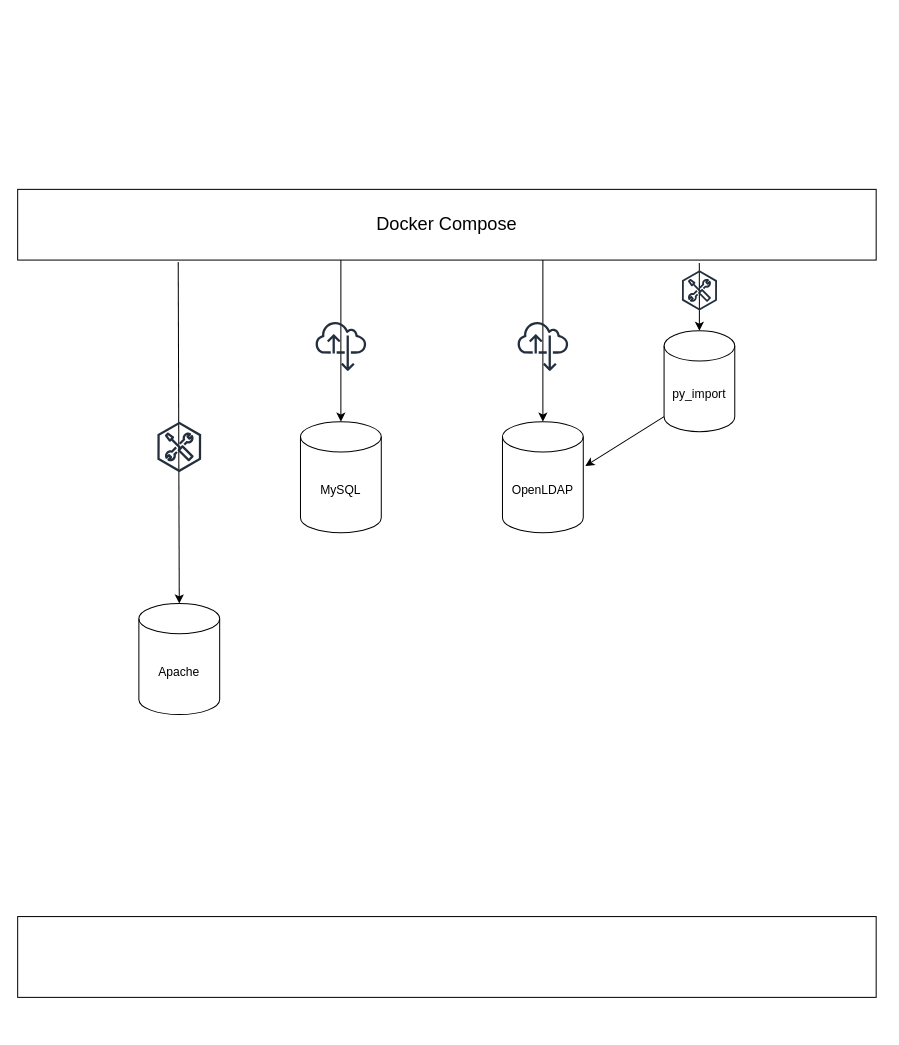
Earlier version of the draw.io diagram Flowcharts/service flowchart.drawio (mrmysko/Linux2-Grubbarbete). Source tidied: cells renumbered, new cells numbered last; positions are measured from the earlier drawing's top-left corner, leaving out a move shared by most shapes. Both pictures are drawn from the tidied source at 101%, with x=0, y=0 at pixel (17, 189).
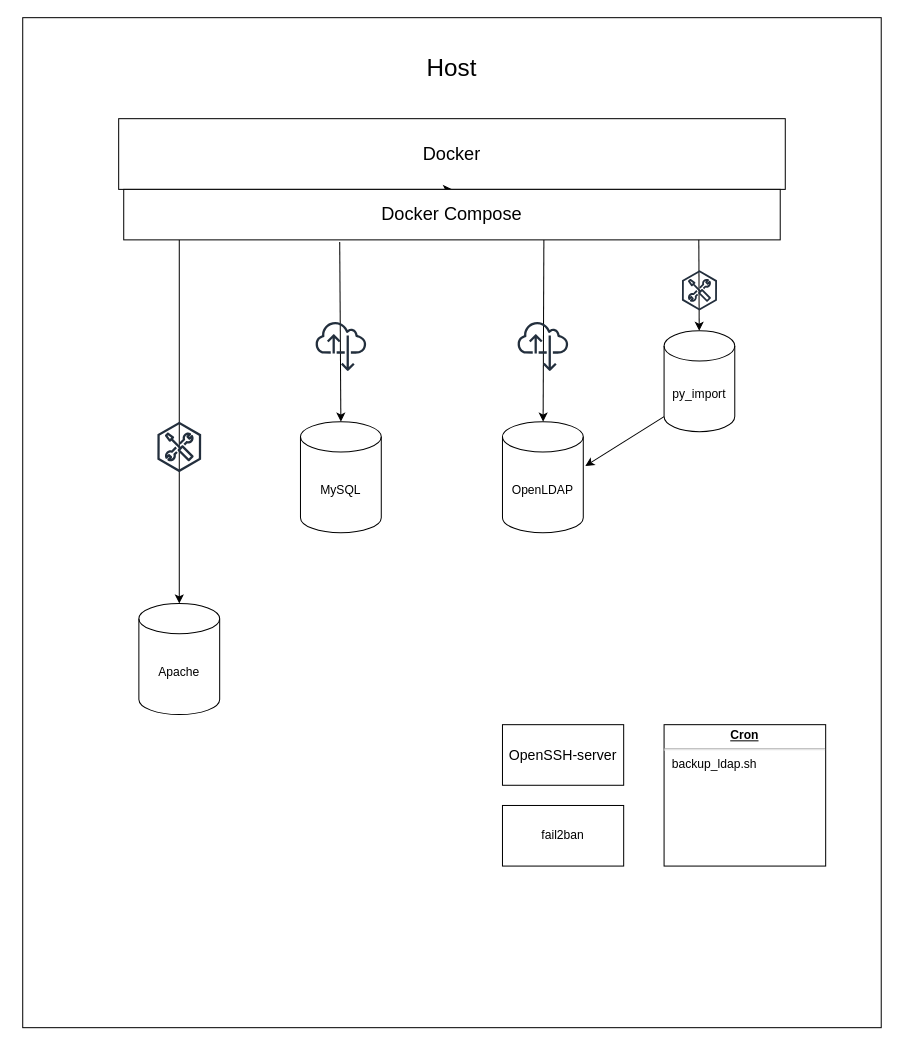
After the change.

Unchanged cells that the change refers to:
```xml
<mxCell id="3" value="py_import" style="shape=cylinder3;whiteSpace=wrap;html=1;boundedLbl=1;backgroundOutline=1;size=15;" parent="1" vertex="1">
  <mxGeometry x="640" y="140" width="70" height="100" as="geometry" />
</mxCell>
<mxCell id="4" value="OpenLDAP" style="shape=cylinder3;whiteSpace=wrap;html=1;boundedLbl=1;backgroundOutline=1;size=15;" parent="1" vertex="1">
  <mxGeometry x="480" y="230" width="80" height="110" as="geometry" />
</mxCell>
<mxCell id="5" value="Apache" style="shape=cylinder3;whiteSpace=wrap;html=1;boundedLbl=1;backgroundOutline=1;size=15;" parent="1" vertex="1">
  <mxGeometry x="120" y="410" width="80" height="110" as="geometry" />
</mxCell>
<mxCell id="6" value="MySQL" style="shape=cylinder3;whiteSpace=wrap;html=1;boundedLbl=1;backgroundOutline=1;size=15;" parent="1" vertex="1">
  <mxGeometry x="280" y="230" width="80" height="110" as="geometry" />
</mxCell>
```

Change to the diagram source:
```diff
@@
+    <mxCell id="17" style="rounded=0;whiteSpace=wrap;html=1;" parent="1" vertex="1">
+      <mxGeometry x="5" y="-170" width="850" height="1000" as="geometry" />
+    </mxCell>
-    <mxCell id="2" value="&lt;font style=&quot;font-size: 18px;&quot;&gt;Docker Compose&lt;br&gt;&lt;/font&gt;" style="rounded=0;whiteSpace=wrap;html=1;" parent="1" vertex="1">
-      <mxGeometry width="850" height="70" as="geometry" />
+    <mxCell id="2" value="&lt;div&gt;&lt;font style=&quot;font-size: 18px;&quot;&gt;Docker&lt;/font&gt;&lt;/div&gt;" style="rounded=0;whiteSpace=wrap;html=1;" parent="1" vertex="1">
+      <mxGeometry x="100" y="-70" width="660" height="70" as="geometry" />
     </mxCell>
@@
-    <mxCell id="7" style="rounded=0;whiteSpace=wrap;html=1;" parent="1" vertex="1">
-      <mxGeometry y="720" width="850" height="80" as="geometry" />
-    </mxCell>
-    <mxCell id="8" style="endArrow=classic;html=1;rounded=0;" parent="1" edge="1" target="4">
-      <mxGeometry relative="1" as="geometry">
-        <mxPoint x="520" y="70" as="sourcePoint" />
-      </mxGeometry>
+    <mxCell id="8" style="endArrow=classic;html=1;rounded=0;exitX=0.64;exitY=1;exitDx=0;exitDy=0;exitPerimeter=0;" parent="1" edge="1" source="19" target="4">
+      <mxGeometry relative="1" as="geometry" />
     </mxCell>
-    <mxCell id="9" style="endArrow=classic;html=1;rounded=0;entryX=0.5;entryY=0;entryDx=0;entryDy=0;entryPerimeter=0;" parent="1" edge="1" target="6">
-      <mxGeometry relative="1" as="geometry">
-        <mxPoint x="320" y="70" as="sourcePoint" />
-      </mxGeometry>
+    <mxCell id="9" style="endArrow=classic;html=1;rounded=0;entryX=0.5;entryY=0;entryDx=0;entryDy=0;entryPerimeter=0;exitX=0.329;exitY=1.04;exitDx=0;exitDy=0;exitPerimeter=0;" parent="1" edge="1" source="19" target="6">
+      <mxGeometry relative="1" as="geometry" />
     </mxCell>
-    <mxCell id="10" style="endArrow=classic;html=1;rounded=0;exitX=0.794;exitY=1.043;exitDx=0;exitDy=0;exitPerimeter=0;" parent="1" edge="1" source="2" target="3">
+    <mxCell id="10" style="endArrow=classic;html=1;rounded=0;exitX=0.87;exitY=1.043;exitDx=0;exitDy=0;exitPerimeter=0;" parent="1" edge="1" source="2" target="3">
       <mxGeometry relative="1" as="geometry" />
     </mxCell>
-    <mxCell id="11" style="endArrow=classic;html=1;rounded=0;entryX=0.5;entryY=0;entryDx=0;entryDy=0;entryPerimeter=0;exitX=0.187;exitY=1.029;exitDx=0;exitDy=0;exitPerimeter=0;" parent="1" edge="1" source="2" target="5">
-      <mxGeometry relative="1" as="geometry" />
+    <mxCell id="11" style="endArrow=classic;html=1;rounded=0;entryX=0.5;entryY=0;entryDx=0;entryDy=0;entryPerimeter=0;" parent="1" edge="1" target="5">
+      <mxGeometry relative="1" as="geometry">
+        <mxPoint x="160" y="50" as="sourcePoint" />
+      </mxGeometry>
     </mxCell>
@@
+    <mxCell id="18" style="endArrow=classic;html=1;rounded=0;entryX=0.5;entryY=0;entryDx=0;entryDy=0;entryPerimeter=0;exitX=0.094;exitY=1.014;exitDx=0;exitDy=0;exitPerimeter=0;" parent="1" edge="1" source="2" target="19">
+      <mxGeometry relative="1" as="geometry" />
+    </mxCell>
+    <mxCell id="19" value="&lt;font style=&quot;font-size: 18px;&quot;&gt;Docker Compose&lt;br&gt;&lt;/font&gt;" style="rounded=0;whiteSpace=wrap;html=1;" parent="1" vertex="1">
+      <mxGeometry x="105" width="650" height="50" as="geometry" />
+    </mxCell>
+    <mxCell id="20" value="&lt;p style=&quot;margin:0px;margin-top:4px;text-align:center;text-decoration:underline;&quot;&gt;&lt;b&gt;Cron&lt;/b&gt;&lt;br&gt;&lt;/p&gt;&lt;hr&gt;&lt;p style=&quot;margin:0px;margin-left:8px;&quot;&gt;backup_ldap.sh&lt;br&gt;&lt;/p&gt;" style="verticalAlign=top;align=left;overflow=fill;fontSize=12;fontFamily=Helvetica;html=1;whiteSpace=wrap;" parent="1" vertex="1">
+      <mxGeometry x="640" y="530" width="160" height="140" as="geometry" />
+    </mxCell>
+    <mxCell id="21" value="&lt;div style=&quot;font-size: 13px;&quot;&gt;&lt;font style=&quot;font-size: 14px;&quot;&gt;OpenSSH-server&lt;/font&gt;&lt;/div&gt;" style="rounded=0;whiteSpace=wrap;html=1;" parent="1" vertex="1">
+      <mxGeometry x="480" y="530" width="120" height="60" as="geometry" />
+    </mxCell>
+    <mxCell id="22" value="&lt;font style=&quot;font-size: 24px;&quot;&gt;Host&lt;/font&gt;" style="rounded=0;whiteSpace=wrap;html=1;fillColor=default;strokeColor=none;" parent="1" vertex="1">
+      <mxGeometry x="370" y="-150" width="120" height="60" as="geometry" />
+    </mxCell>
+    <mxCell id="23" value="fail2ban" style="rounded=0;whiteSpace=wrap;html=1;" parent="1" vertex="1">
+      <mxGeometry x="480" y="610" width="120" height="60" as="geometry" />
+    </mxCell>
```
